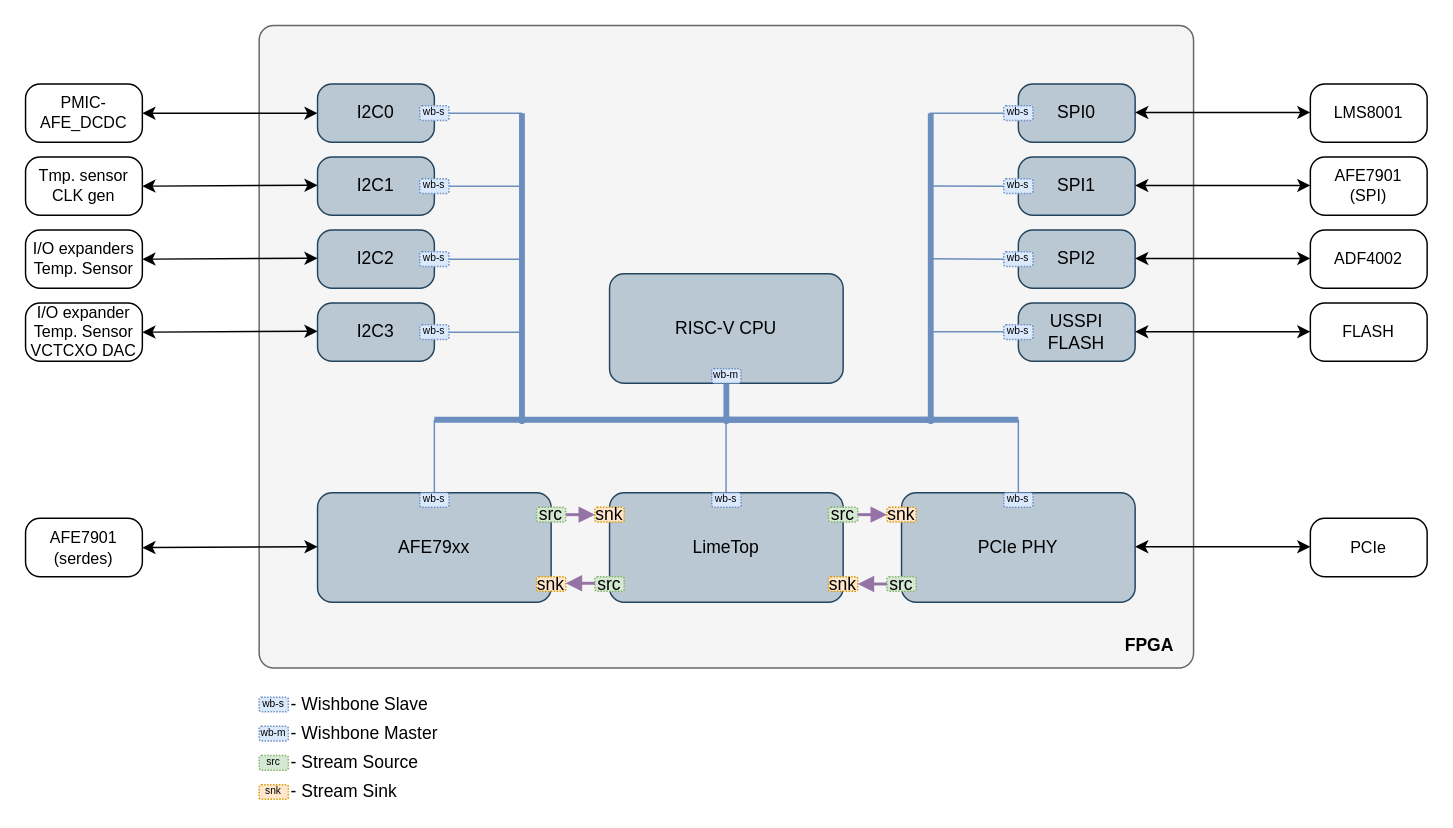
This is page "circuit" (1 of 2) of docs/docs/hipersdr_44xx/images/main_block_diagram.drawio from myriadrf/LimeSDR_GW, a draw.io file, before an edit. Source tidied: cells renumbered, new cells numbered last; positions are measured from the earlier drawing's top-left corner, leaving out a move shared by most shapes. Both pictures are drawn from the tidied source at 146%, with x=0, y=0 at pixel (25, 25).
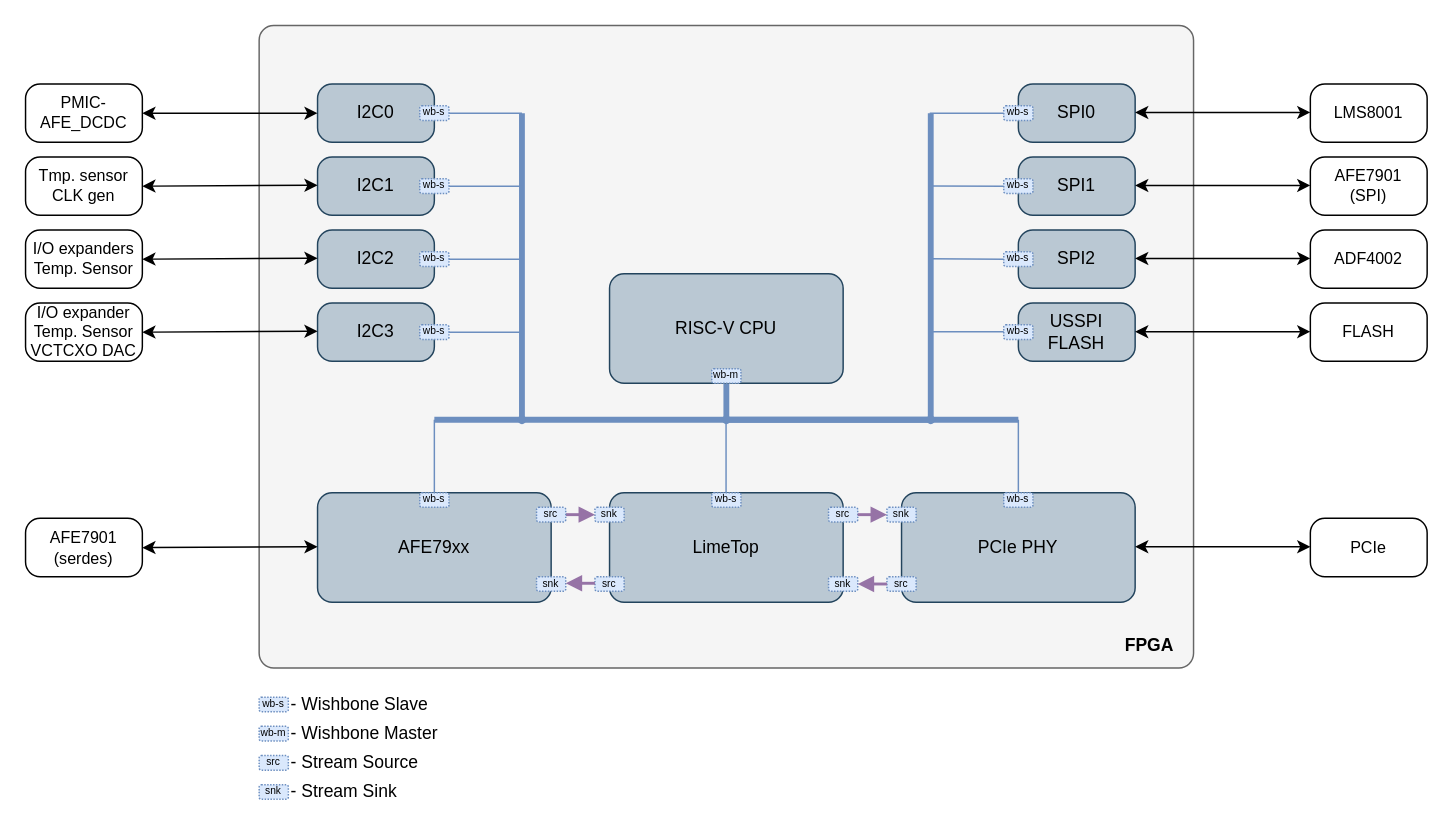
Above is the later version.

Commit message:
docs: Updated main block diagram for hipersdr_44xx

Change to the diagram source:
```diff
@@
-    <mxCell id="32" value="src" style="rounded=1;whiteSpace=wrap;html=1;fillColor=#d5e8d4;strokeColor=#82b366;dashed=1;dashPattern=1 1;" parent="1" vertex="1">
+    <mxCell id="32" value="src" style="rounded=1;whiteSpace=wrap;html=1;fillColor=#dae8fc;strokeColor=#6c8ebf;dashed=1;dashPattern=1 1;fontSize=7;" parent="1" vertex="1">
       <mxGeometry x="550" y="330" width="20" height="10" as="geometry" />
     </mxCell>
-    <mxCell id="33" value="snk" style="rounded=1;whiteSpace=wrap;html=1;fillColor=#ffe6cc;strokeColor=#d79b00;dashed=1;dashPattern=1 1;" parent="1" vertex="1">
+    <mxCell id="33" value="snk" style="rounded=1;whiteSpace=wrap;html=1;fillColor=#dae8fc;strokeColor=#6c8ebf;dashed=1;dashPattern=1 1;fontSize=7;" parent="1" vertex="1">
       <mxGeometry x="590" y="330" width="20" height="10" as="geometry" />
     </mxCell>
-    <mxCell id="34" value="snk" style="rounded=1;whiteSpace=wrap;html=1;fillColor=#ffe6cc;strokeColor=#d79b00;dashed=1;dashPattern=1 1;" parent="1" vertex="1">
+    <mxCell id="34" value="snk" style="rounded=1;whiteSpace=wrap;html=1;fillColor=#dae8fc;strokeColor=#6c8ebf;dashed=1;dashPattern=1 1;fontSize=7;" parent="1" vertex="1">
       <mxGeometry x="390" y="330" width="20" height="10" as="geometry" />
     </mxCell>
-    <mxCell id="35" value="src" style="rounded=1;whiteSpace=wrap;html=1;fillColor=#d5e8d4;strokeColor=#82b366;dashed=1;dashPattern=1 1;" parent="1" vertex="1">
+    <mxCell id="35" value="src" style="rounded=1;whiteSpace=wrap;html=1;fillColor=#dae8fc;strokeColor=#6c8ebf;dashed=1;dashPattern=1 1;fontSize=7;" parent="1" vertex="1">
       <mxGeometry x="590" y="377.5" width="20" height="10" as="geometry" />
     </mxCell>
-    <mxCell id="36" value="src" style="rounded=1;whiteSpace=wrap;html=1;fillColor=#d5e8d4;strokeColor=#82b366;dashed=1;dashPattern=1 1;" parent="1" vertex="1">
+    <mxCell id="36" value="src" style="rounded=1;whiteSpace=wrap;html=1;fillColor=#dae8fc;strokeColor=#6c8ebf;dashed=1;dashPattern=1 1;fontSize=7;" parent="1" vertex="1">
       <mxGeometry x="390" y="377.5" width="20" height="10" as="geometry" />
     </mxCell>
-    <mxCell id="37" value="snk" style="rounded=1;whiteSpace=wrap;html=1;fillColor=#ffe6cc;strokeColor=#d79b00;dashed=1;dashPattern=1 1;" parent="1" vertex="1">
+    <mxCell id="37" value="snk" style="rounded=1;whiteSpace=wrap;html=1;fillColor=#dae8fc;strokeColor=#6c8ebf;dashed=1;dashPattern=1 1;fontSize=7;" parent="1" vertex="1">
       <mxGeometry x="350" y="377.5" width="20" height="10" as="geometry" />
     </mxCell>
-    <mxCell id="38" value="snk" style="rounded=1;whiteSpace=wrap;html=1;fillColor=#ffe6cc;strokeColor=#d79b00;dashed=1;dashPattern=1 1;" parent="1" vertex="1">
+    <mxCell id="38" value="snk" style="rounded=1;whiteSpace=wrap;html=1;fillColor=#dae8fc;strokeColor=#6c8ebf;dashed=1;dashPattern=1 1;fontSize=7;" parent="1" vertex="1">
       <mxGeometry x="550" y="377.5" width="20" height="10" as="geometry" />
     </mxCell>
@@
-    <mxCell id="60" value="src" style="rounded=1;whiteSpace=wrap;html=1;fillColor=#d5e8d4;strokeColor=#82b366;gradientColor=none;fontStyle=0;textShadow=0;dashed=1;dashPattern=1 1;fontSize=7;" parent="1" vertex="1">
+    <mxCell id="60" value="src" style="rounded=1;whiteSpace=wrap;html=1;fillColor=#dae8fc;strokeColor=#6c8ebf;fontStyle=0;textShadow=0;dashed=1;dashPattern=1 1;fontSize=7;" parent="1" vertex="1">
       <mxGeometry x="160" y="500" width="20" height="10" as="geometry" />
     </mxCell>
-    <mxCell id="61" value="snk" style="rounded=1;whiteSpace=wrap;html=1;fillColor=#ffe6cc;strokeColor=#d79b00;dashed=1;dashPattern=1 1;fontSize=7;" parent="1" vertex="1">
+    <mxCell id="61" value="snk" style="rounded=1;whiteSpace=wrap;html=1;fillColor=#dae8fc;strokeColor=#6c8ebf;dashed=1;dashPattern=1 1;fontSize=7;" parent="1" vertex="1">
       <mxGeometry x="160" y="520" width="20" height="10" as="geometry" />
     </mxCell>
@@
-    <mxCell id="91" value="src" style="rounded=1;whiteSpace=wrap;html=1;fillColor=#d5e8d4;strokeColor=#82b366;dashed=1;dashPattern=1 1;" parent="1" vertex="1">
+    <mxCell id="91" value="src" style="rounded=1;whiteSpace=wrap;html=1;fillColor=#dae8fc;strokeColor=#6c8ebf;dashed=1;dashPattern=1 1;fontSize=7;" parent="1" vertex="1">
       <mxGeometry x="350" y="330" width="20" height="10" as="geometry" />
     </mxCell>
```
